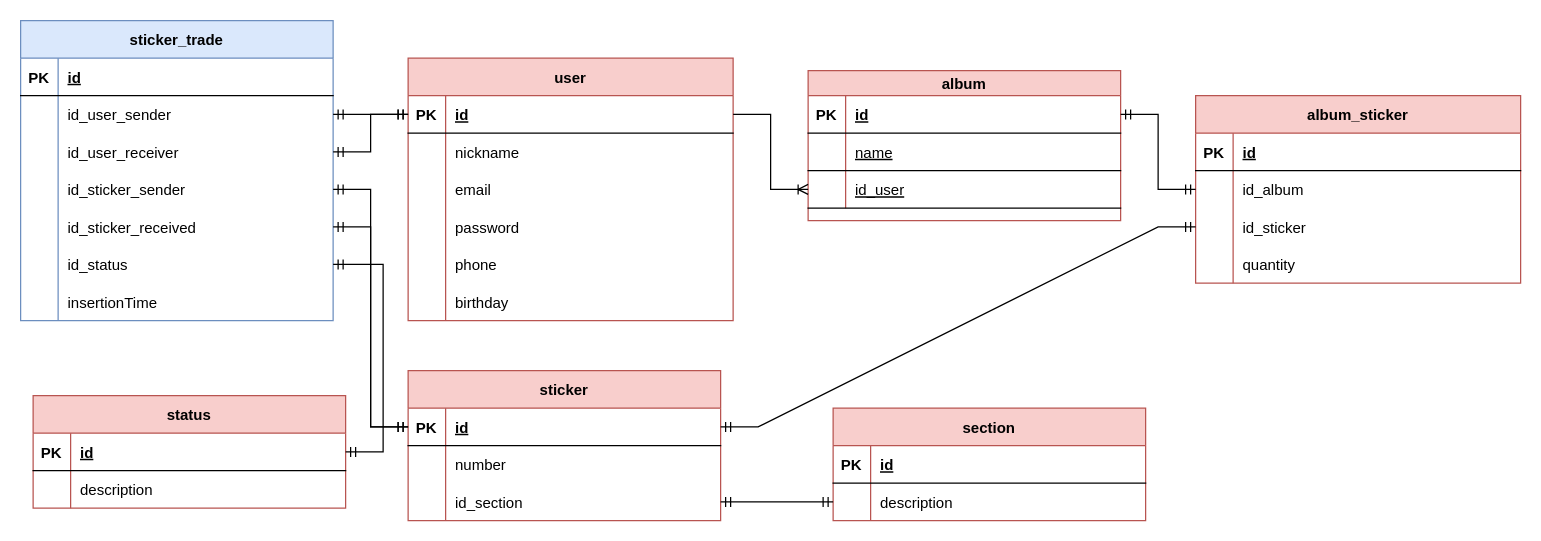
The draw.io diagram src/main/resources/database/sc-trade-db.drawio in mateusmsc/api-sc-trade, before the edit. Source tidied: cells renumbered, new cells numbered last; positions are measured from the earlier drawing's top-left corner, leaving out a move shared by most shapes. Both pictures are drawn from the tidied source at 125%, with x=0, y=0 at pixel (20, 20).
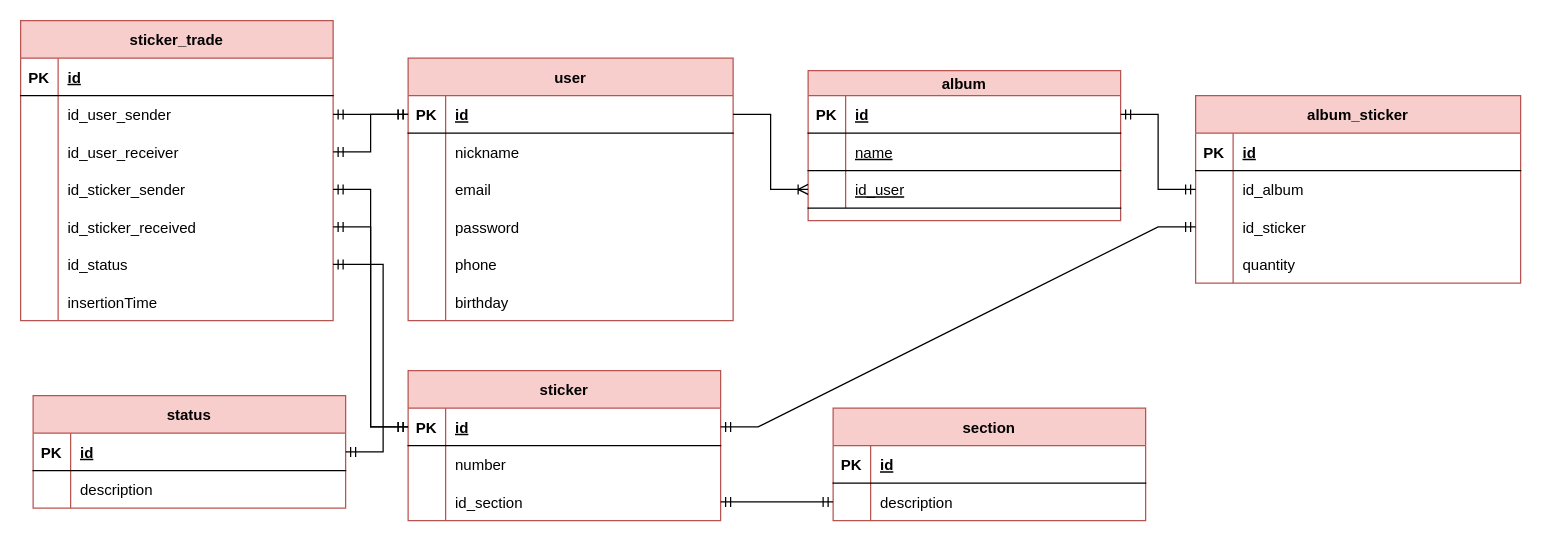
Above is the later version.

Commit message:
Nomeando as tabelas e adicionando o DDL de criação do banco

The edit, as a diff of the source:
```diff
@@
-    <mxCell id="57" value="sticker_trade" style="shape=table;startSize=30;childLayout=tableLayout;rowLines=0;fontStyle=1;align=center;fillColor=#dae8fc;strokeColor=#6c8ebf;" parent="1" vertex="1">
+    <mxCell id="57" value="sticker_trade" style="shape=table;startSize=30;childLayout=tableLayout;rowLines=0;fontStyle=1;align=center;fillColor=#f8cecc;strokeColor=#b85450;" parent="1" vertex="1">
       <mxGeometry width="250" height="240" as="geometry" />
     </mxCell>
```
